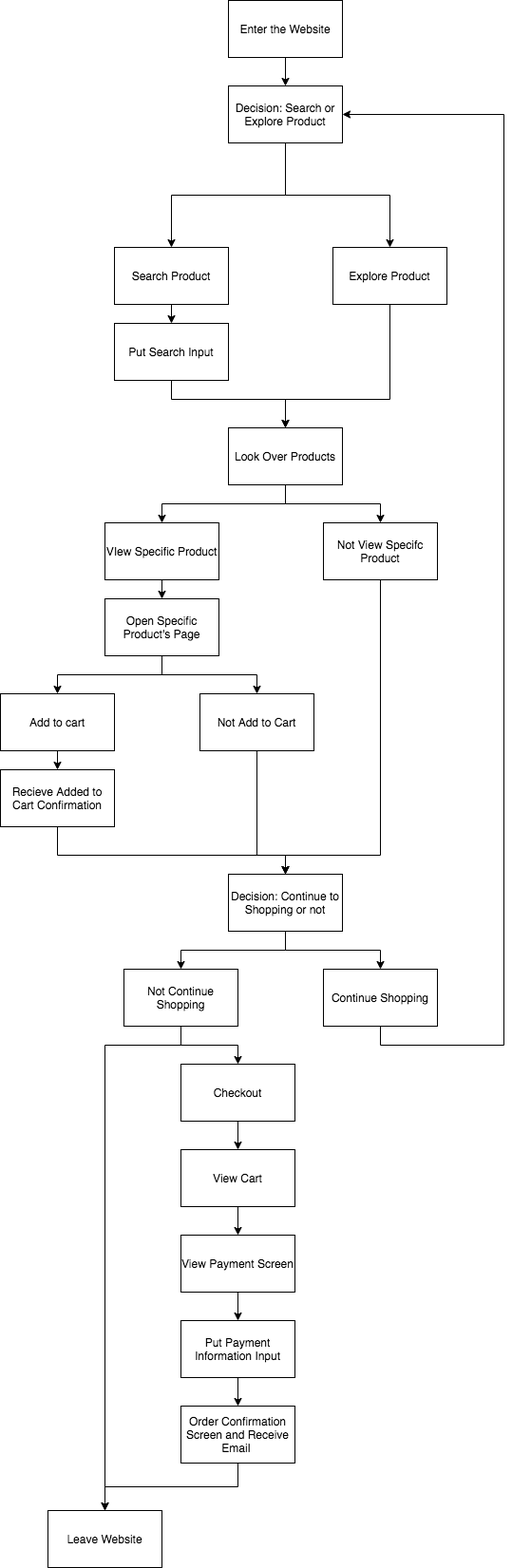
Cryszzz/fa21-cse110-lab4 keeps this draw.io diagram as explore/diagramming/diagram.drawio.png. Above is the earlier version. Source tidied: cells renumbered, new cells last; positions are measured from the earlier drawing's top-left corner, leaving out a move shared by most shapes. The source it was exported from:
```xml
<mxGraphModel>
  <root>
    <mxCell id="0" />
    <mxCell id="1" parent="0" />
    <mxCell id="2" style="edgeStyle=orthogonalEdgeStyle;rounded=0;jettySize=auto;html=1;exitX=0.5;exitY=1;exitDx=0;exitDy=0;entryX=0.5;entryY=0;entryDx=0;entryDy=0;" parent="1" edge="1" source="4" target="6">
      <mxGeometry relative="1" as="geometry" />
    </mxCell>
    <mxCell id="3" style="edgeStyle=orthogonalEdgeStyle;rounded=0;jettySize=auto;html=1;exitX=0.5;exitY=1;exitDx=0;exitDy=0;" parent="1" edge="1" source="4" target="8">
      <mxGeometry relative="1" as="geometry" />
    </mxCell>
    <mxCell id="4" value="Decision: Search or Explore Product" style="rounded=0;whiteSpace=wrap;html=1;" parent="1" vertex="1">
      <mxGeometry x="240" y="90" width="120" height="60" as="geometry" />
    </mxCell>
    <mxCell id="5" style="edgeStyle=orthogonalEdgeStyle;rounded=0;jettySize=auto;html=1;exitX=0.5;exitY=1;exitDx=0;exitDy=0;entryX=0.5;entryY=0;entryDx=0;entryDy=0;" parent="1" edge="1" source="6" target="10">
      <mxGeometry relative="1" as="geometry" />
    </mxCell>
    <mxCell id="6" value="Search Product" style="rounded=0;whiteSpace=wrap;html=1;" parent="1" vertex="1">
      <mxGeometry x="120" y="260" width="120" height="60" as="geometry" />
    </mxCell>
    <mxCell id="7" style="edgeStyle=orthogonalEdgeStyle;rounded=0;jettySize=auto;html=1;exitX=0.5;exitY=1;exitDx=0;exitDy=0;" parent="1" edge="1" source="8" target="13">
      <mxGeometry relative="1" as="geometry">
        <Array as="points">
          <mxPoint x="410" y="420" />
          <mxPoint x="300" y="420" />
        </Array>
      </mxGeometry>
    </mxCell>
    <mxCell id="8" value="Explore Product" style="rounded=0;whiteSpace=wrap;html=1;" parent="1" vertex="1">
      <mxGeometry x="350" y="260" width="120" height="60" as="geometry" />
    </mxCell>
    <mxCell id="9" style="edgeStyle=orthogonalEdgeStyle;rounded=0;jettySize=auto;html=1;exitX=0.5;exitY=1;exitDx=0;exitDy=0;entryX=0.5;entryY=0;entryDx=0;entryDy=0;" parent="1" edge="1" source="10" target="13">
      <mxGeometry relative="1" as="geometry">
        <Array as="points">
          <mxPoint x="180" y="420" />
          <mxPoint x="300" y="420" />
        </Array>
      </mxGeometry>
    </mxCell>
    <mxCell id="10" value="Put Search Input" style="rounded=0;whiteSpace=wrap;html=1;" parent="1" vertex="1">
      <mxGeometry x="120" y="340" width="120" height="60" as="geometry" />
    </mxCell>
    <mxCell id="11" style="edgeStyle=orthogonalEdgeStyle;rounded=0;jettySize=auto;html=1;exitX=0.5;exitY=1;exitDx=0;exitDy=0;entryX=0.5;entryY=0;entryDx=0;entryDy=0;" parent="1" edge="1" source="13" target="15">
      <mxGeometry relative="1" as="geometry" />
    </mxCell>
    <mxCell id="12" style="edgeStyle=orthogonalEdgeStyle;rounded=0;jettySize=auto;html=1;exitX=0.5;exitY=1;exitDx=0;exitDy=0;" parent="1" edge="1" source="13" target="17">
      <mxGeometry relative="1" as="geometry" />
    </mxCell>
    <mxCell id="13" value="Look Over Products" style="rounded=0;whiteSpace=wrap;html=1;" parent="1" vertex="1">
      <mxGeometry x="240" y="450" width="120" height="60" as="geometry" />
    </mxCell>
    <mxCell id="14" style="edgeStyle=orthogonalEdgeStyle;rounded=0;jettySize=auto;html=1;exitX=0.5;exitY=1;exitDx=0;exitDy=0;entryX=0.5;entryY=0;entryDx=0;entryDy=0;" parent="1" edge="1" source="15" target="20">
      <mxGeometry relative="1" as="geometry" />
    </mxCell>
    <mxCell id="15" value="VIew Specific Product" style="rounded=0;whiteSpace=wrap;html=1;" parent="1" vertex="1">
      <mxGeometry x="110" y="550" width="120" height="60" as="geometry" />
    </mxCell>
    <mxCell id="16" style="edgeStyle=orthogonalEdgeStyle;rounded=0;jettySize=auto;html=1;exitX=0.5;exitY=1;exitDx=0;exitDy=0;" parent="1" edge="1" source="17">
      <mxGeometry relative="1" as="geometry">
        <mxPoint x="300" y="920" as="targetPoint" />
        <Array as="points">
          <mxPoint x="400" y="900" />
          <mxPoint x="300" y="900" />
        </Array>
      </mxGeometry>
    </mxCell>
    <mxCell id="17" value="Not View Specifc Product" style="rounded=0;whiteSpace=wrap;html=1;" parent="1" vertex="1">
      <mxGeometry x="340" y="550" width="120" height="60" as="geometry" />
    </mxCell>
    <mxCell id="18" style="edgeStyle=orthogonalEdgeStyle;rounded=0;jettySize=auto;html=1;exitX=0.5;exitY=1;exitDx=0;exitDy=0;entryX=0.5;entryY=0;entryDx=0;entryDy=0;" parent="1" edge="1" source="20" target="22">
      <mxGeometry relative="1" as="geometry" />
    </mxCell>
    <mxCell id="19" style="edgeStyle=orthogonalEdgeStyle;rounded=0;jettySize=auto;html=1;exitX=0.5;exitY=1;exitDx=0;exitDy=0;entryX=0.5;entryY=0;entryDx=0;entryDy=0;" parent="1" edge="1" source="20" target="24">
      <mxGeometry relative="1" as="geometry" />
    </mxCell>
    <mxCell id="20" value="Open Specific Product's Page" style="rounded=0;whiteSpace=wrap;html=1;" parent="1" vertex="1">
      <mxGeometry x="110" y="630" width="120" height="60" as="geometry" />
    </mxCell>
    <mxCell id="21" style="edgeStyle=orthogonalEdgeStyle;rounded=0;jettySize=auto;html=1;exitX=0.5;exitY=1;exitDx=0;exitDy=0;entryX=0.5;entryY=0;entryDx=0;entryDy=0;" parent="1" edge="1" source="22" target="26">
      <mxGeometry relative="1" as="geometry" />
    </mxCell>
    <mxCell id="22" value="Add to cart" style="rounded=0;whiteSpace=wrap;html=1;" parent="1" vertex="1">
      <mxGeometry y="730" width="120" height="60" as="geometry" />
    </mxCell>
    <mxCell id="23" style="edgeStyle=orthogonalEdgeStyle;rounded=0;jettySize=auto;html=1;exitX=0.5;exitY=1;exitDx=0;exitDy=0;" parent="1" edge="1" source="24" target="29">
      <mxGeometry relative="1" as="geometry">
        <Array as="points">
          <mxPoint x="270" y="900" />
          <mxPoint x="300" y="900" />
        </Array>
      </mxGeometry>
    </mxCell>
    <mxCell id="24" value="Not Add to Cart" style="rounded=0;whiteSpace=wrap;html=1;" parent="1" vertex="1">
      <mxGeometry x="210" y="730" width="120" height="60" as="geometry" />
    </mxCell>
    <mxCell id="25" style="edgeStyle=orthogonalEdgeStyle;rounded=0;jettySize=auto;html=1;exitX=0.5;exitY=1;exitDx=0;exitDy=0;entryX=0.5;entryY=0;entryDx=0;entryDy=0;" parent="1" edge="1" source="26" target="29">
      <mxGeometry relative="1" as="geometry">
        <Array as="points">
          <mxPoint x="60" y="900" />
          <mxPoint x="300" y="900" />
        </Array>
      </mxGeometry>
    </mxCell>
    <mxCell id="26" value="Recieve Added to Cart Confirmation" style="rounded=0;whiteSpace=wrap;html=1;" parent="1" vertex="1">
      <mxGeometry y="810" width="120" height="60" as="geometry" />
    </mxCell>
    <mxCell id="27" style="edgeStyle=orthogonalEdgeStyle;rounded=0;jettySize=auto;html=1;exitX=0.5;exitY=1;exitDx=0;exitDy=0;entryX=0.5;entryY=0;entryDx=0;entryDy=0;" parent="1" edge="1" source="29" target="34">
      <mxGeometry relative="1" as="geometry" />
    </mxCell>
    <mxCell id="28" style="edgeStyle=orthogonalEdgeStyle;rounded=0;jettySize=auto;html=1;exitX=0.5;exitY=1;exitDx=0;exitDy=0;entryX=0.5;entryY=0;entryDx=0;entryDy=0;" parent="1" edge="1" source="29" target="31">
      <mxGeometry relative="1" as="geometry" />
    </mxCell>
    <mxCell id="29" value="Decision: Continue to Shopping or not" style="rounded=0;whiteSpace=wrap;html=1;" parent="1" vertex="1">
      <mxGeometry x="240" y="920" width="120" height="60" as="geometry" />
    </mxCell>
    <mxCell id="30" style="edgeStyle=orthogonalEdgeStyle;rounded=0;jettySize=auto;html=1;exitX=0.5;exitY=1;exitDx=0;exitDy=0;entryX=1;entryY=0.5;entryDx=0;entryDy=0;" parent="1" edge="1" source="31" target="4">
      <mxGeometry relative="1" as="geometry">
        <Array as="points">
          <mxPoint x="400" y="1100" />
          <mxPoint x="530" y="1100" />
          <mxPoint x="530" y="120" />
        </Array>
      </mxGeometry>
    </mxCell>
    <mxCell id="31" value="Continue Shopping" style="rounded=0;whiteSpace=wrap;html=1;" parent="1" vertex="1">
      <mxGeometry x="340" y="1020" width="120" height="60" as="geometry" />
    </mxCell>
    <mxCell id="32" style="edgeStyle=orthogonalEdgeStyle;rounded=0;jettySize=auto;html=1;exitX=0.5;exitY=1;exitDx=0;exitDy=0;entryX=0.5;entryY=0;entryDx=0;entryDy=0;" parent="1" edge="1" source="34" target="35">
      <mxGeometry relative="1" as="geometry">
        <Array as="points">
          <mxPoint x="190" y="1100" />
          <mxPoint x="110" y="1100" />
        </Array>
      </mxGeometry>
    </mxCell>
    <mxCell id="33" style="edgeStyle=orthogonalEdgeStyle;rounded=0;jettySize=auto;html=1;exitX=0.5;exitY=1;exitDx=0;exitDy=0;entryX=0.5;entryY=0;entryDx=0;entryDy=0;" parent="1" edge="1" source="34" target="37">
      <mxGeometry relative="1" as="geometry" />
    </mxCell>
    <mxCell id="34" value="Not Continue Shopping" style="rounded=0;whiteSpace=wrap;html=1;" parent="1" vertex="1">
      <mxGeometry x="130" y="1020" width="120" height="60" as="geometry" />
    </mxCell>
    <mxCell id="35" value="Leave Website" style="rounded=0;whiteSpace=wrap;html=1;" parent="1" vertex="1">
      <mxGeometry x="50" y="1590" width="120" height="60" as="geometry" />
    </mxCell>
    <mxCell id="36" style="edgeStyle=orthogonalEdgeStyle;rounded=0;jettySize=auto;html=1;exitX=0.5;exitY=1;exitDx=0;exitDy=0;entryX=0.5;entryY=0;entryDx=0;entryDy=0;" parent="1" edge="1" source="37" target="41">
      <mxGeometry relative="1" as="geometry" />
    </mxCell>
    <mxCell id="37" value="Checkout" style="rounded=0;whiteSpace=wrap;html=1;" parent="1" vertex="1">
      <mxGeometry x="190" y="1120" width="120" height="60" as="geometry" />
    </mxCell>
    <mxCell id="38" style="edgeStyle=orthogonalEdgeStyle;rounded=0;jettySize=auto;html=1;exitX=0.5;exitY=1;exitDx=0;exitDy=0;entryX=0.5;entryY=0;entryDx=0;entryDy=0;" parent="1" edge="1" source="39" target="4">
      <mxGeometry relative="1" as="geometry" />
    </mxCell>
    <mxCell id="39" value="Enter the Website" style="rounded=0;whiteSpace=wrap;html=1;" parent="1" vertex="1">
      <mxGeometry x="240" width="120" height="60" as="geometry" />
    </mxCell>
    <mxCell id="40" style="edgeStyle=orthogonalEdgeStyle;rounded=0;jettySize=auto;html=1;exitX=0.5;exitY=1;exitDx=0;exitDy=0;" parent="1" edge="1" source="41" target="43">
      <mxGeometry relative="1" as="geometry" />
    </mxCell>
    <mxCell id="41" value="View Cart" style="rounded=0;whiteSpace=wrap;html=1;" parent="1" vertex="1">
      <mxGeometry x="190" y="1210" width="120" height="60" as="geometry" />
    </mxCell>
    <mxCell id="42" style="edgeStyle=orthogonalEdgeStyle;rounded=0;jettySize=auto;html=1;exitX=0.5;exitY=1;exitDx=0;exitDy=0;entryX=0.5;entryY=0;entryDx=0;entryDy=0;" parent="1" edge="1" source="43" target="45">
      <mxGeometry relative="1" as="geometry" />
    </mxCell>
    <mxCell id="43" value="View Payment Screen" style="rounded=0;whiteSpace=wrap;html=1;" parent="1" vertex="1">
      <mxGeometry x="190" y="1300" width="120" height="60" as="geometry" />
    </mxCell>
    <mxCell id="44" style="edgeStyle=orthogonalEdgeStyle;rounded=0;jettySize=auto;html=1;exitX=0.5;exitY=1;exitDx=0;exitDy=0;entryX=0.5;entryY=0;entryDx=0;entryDy=0;" parent="1" edge="1" source="45" target="47">
      <mxGeometry relative="1" as="geometry" />
    </mxCell>
    <mxCell id="45" value="Put Payment Information Input" style="rounded=0;whiteSpace=wrap;html=1;" parent="1" vertex="1">
      <mxGeometry x="190" y="1390" width="120" height="60" as="geometry" />
    </mxCell>
    <mxCell id="46" style="edgeStyle=orthogonalEdgeStyle;rounded=0;jettySize=auto;html=1;exitX=0.5;exitY=1;exitDx=0;exitDy=0;" parent="1" edge="1" source="47">
      <mxGeometry relative="1" as="geometry">
        <mxPoint x="110" y="1590" as="targetPoint" />
      </mxGeometry>
    </mxCell>
    <mxCell id="47" value="Order Confirmation Screen and Receive Email&amp;nbsp;" style="rounded=0;whiteSpace=wrap;html=1;" parent="1" vertex="1">
      <mxGeometry x="190" y="1480" width="120" height="60" as="geometry" />
    </mxCell>
  </root>
</mxGraphModel>
```
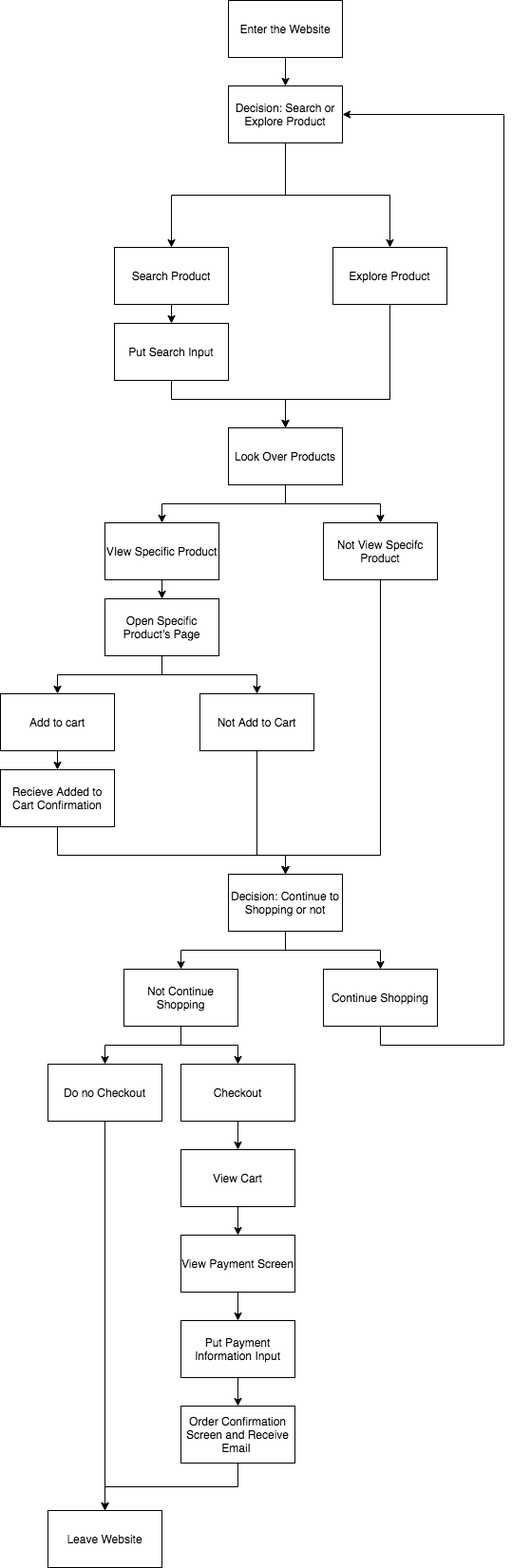
Above is the later version.

What changed in the source:
```diff
@@ -124,17 +124,12 @@
     <mxCell id="31" value="Continue Shopping" style="rounded=0;whiteSpace=wrap;html=1;" parent="1" vertex="1">
       <mxGeometry x="340" y="1020" width="120" height="60" as="geometry" />
     </mxCell>
-    <mxCell id="32" style="edgeStyle=orthogonalEdgeStyle;rounded=0;jettySize=auto;html=1;exitX=0.5;exitY=1;exitDx=0;exitDy=0;entryX=0.5;entryY=0;entryDx=0;entryDy=0;" parent="1" edge="1" source="34" target="35">
-      <mxGeometry relative="1" as="geometry">
-        <Array as="points">
-          <mxPoint x="190" y="1100" />
-          <mxPoint x="110" y="1100" />
-        </Array>
-      </mxGeometry>
-    </mxCell>
     <mxCell id="33" style="edgeStyle=orthogonalEdgeStyle;rounded=0;jettySize=auto;html=1;exitX=0.5;exitY=1;exitDx=0;exitDy=0;entryX=0.5;entryY=0;entryDx=0;entryDy=0;" parent="1" edge="1" source="34" target="37">
       <mxGeometry relative="1" as="geometry" />
     </mxCell>
+    <mxCell id="48" style="edgeStyle=orthogonalEdgeStyle;rounded=0;jettySize=auto;html=1;exitX=0.5;exitY=1;exitDx=0;exitDy=0;entryX=0.5;entryY=0;entryDx=0;entryDy=0;" parent="1" edge="1" source="34" target="50">
+      <mxGeometry relative="1" as="geometry" />
+    </mxCell>
     <mxCell id="34" value="Not Continue Shopping" style="rounded=0;whiteSpace=wrap;html=1;" parent="1" vertex="1">
       <mxGeometry x="130" y="1020" width="120" height="60" as="geometry" />
     </mxCell>
@@ -179,5 +174,13 @@
     <mxCell id="47" value="Order Confirmation Screen and Receive Email&amp;nbsp;" style="rounded=0;whiteSpace=wrap;html=1;" parent="1" vertex="1">
       <mxGeometry x="190" y="1480" width="120" height="60" as="geometry" />
     </mxCell>
+    <mxCell id="49" style="edgeStyle=orthogonalEdgeStyle;rounded=0;jettySize=auto;html=1;exitX=0.5;exitY=1;exitDx=0;exitDy=0;" parent="1" edge="1" source="50">
+      <mxGeometry relative="1" as="geometry">
+        <mxPoint x="110" y="1590" as="targetPoint" />
+      </mxGeometry>
+    </mxCell>
+    <mxCell id="50" value="Do no Checkout" style="rounded=0;whiteSpace=wrap;html=1;" parent="1" vertex="1">
+      <mxGeometry x="50" y="1120" width="120" height="60" as="geometry" />
+    </mxCell>
   </root>
 </mxGraphModel>
```
